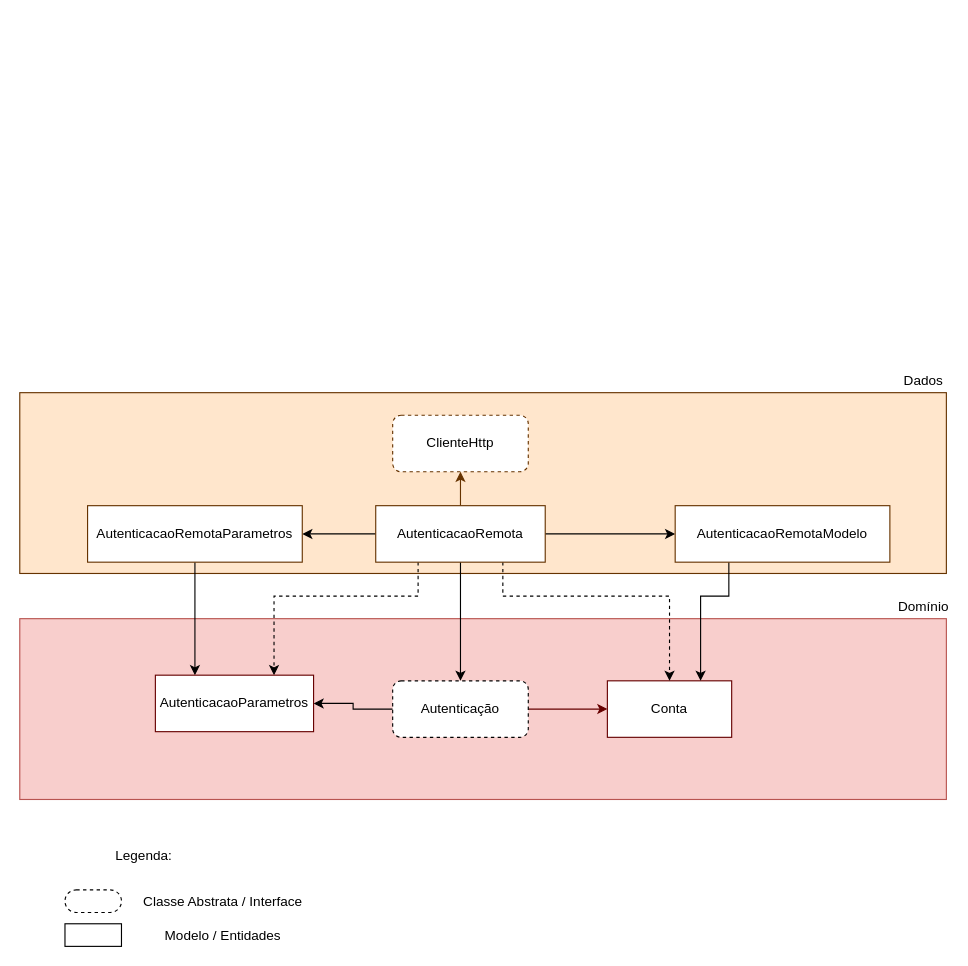
Earlier version of the draw.io diagram requisitos/Questionario - Flutter.drawio (brunopenha/questionario_flutter). Source tidied: cells renumbered, new cells numbered last; positions are measured from the earlier drawing's top-left corner, leaving out a move shared by most shapes. Both pictures are drawn from the tidied source at 113%, with x=0, y=0 at pixel (19, 370).
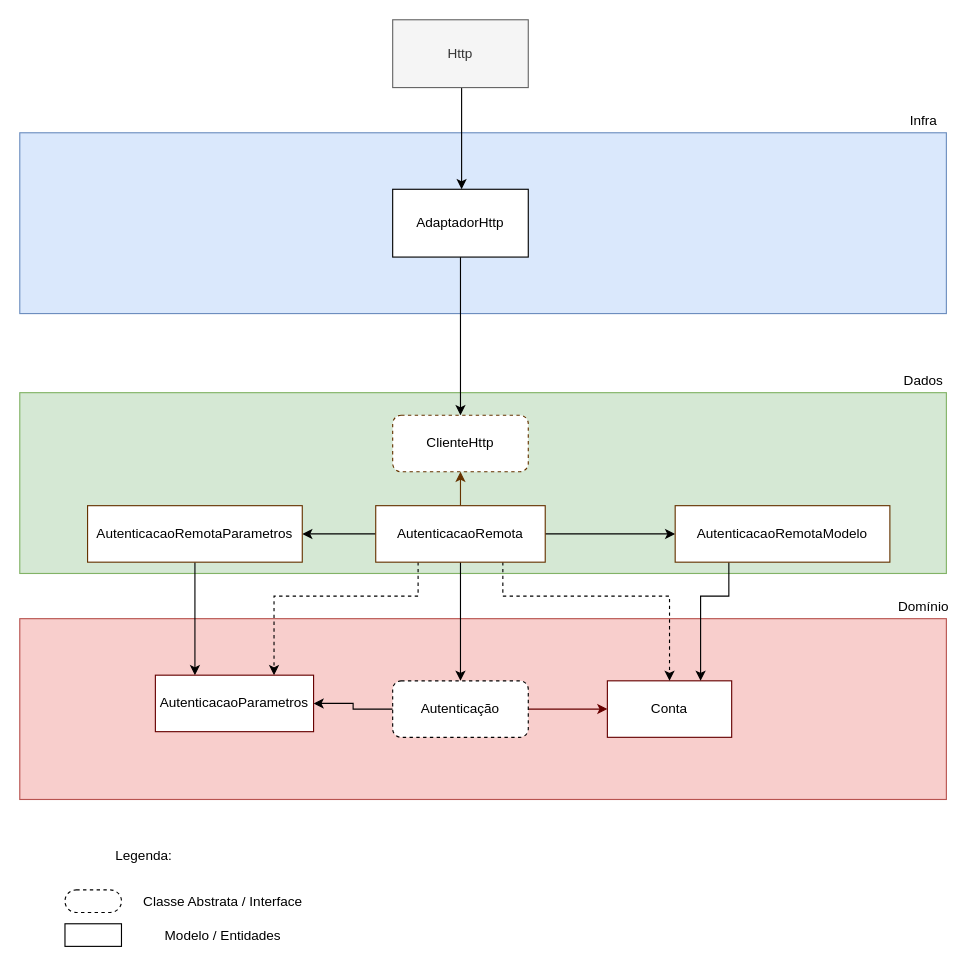
Above is the later version.

The change refers to these unchanged cells:
```xml
<mxCell id="23" style="rounded=1;whiteSpace=wrap;html=1;strokeColor=#663300;dashed=1;fillColor=#FFFFFF;" parent="1" vertex="1">
  <mxGeometry x="330" y="40" width="120" height="50" as="geometry" />
</mxCell>
```

Change to the diagram source:
```diff
@@
-    <mxCell id="13" style="rounded=0;whiteSpace=wrap;html=1;fillColor=#FFE6CC;strokeColor=#663300;" parent="1" vertex="1">
+    <mxCell id="13" style="rounded=0;whiteSpace=wrap;html=1;fillColor=#d5e8d4;strokeColor=#82b366;" parent="1" vertex="1">
       <mxGeometry y="20" width="820" height="160" as="geometry" />
     </mxCell>
@@
+    <mxCell id="30" style="rounded=0;whiteSpace=wrap;html=1;fillColor=#dae8fc;strokeColor=#6c8ebf;" parent="1" vertex="1">
+      <mxGeometry y="-210" width="820" height="160" as="geometry" />
+    </mxCell>
+    <mxCell id="31" style="edgeStyle=orthogonalEdgeStyle;rounded=0;jettySize=auto;html=1;entryX=0.5;entryY=0;entryDx=0;entryDy=0;" parent="1" edge="1" source="32" target="23">
+      <mxGeometry relative="1" as="geometry" />
+    </mxCell>
+    <mxCell id="32" value="AdaptadorHttp" style="rounded=0;whiteSpace=wrap;html=1;" parent="1" vertex="1">
+      <mxGeometry x="330" y="-160" width="120" height="60" as="geometry" />
+    </mxCell>
+    <mxCell id="33" value="Infra" style="text;html=1;strokeColor=none;fillColor=none;align=center;verticalAlign=middle;whiteSpace=wrap;rounded=0;" parent="1" vertex="1">
+      <mxGeometry x="780" y="-230" width="40" height="20" as="geometry" />
+    </mxCell>
+    <mxCell id="34" style="edgeStyle=orthogonalEdgeStyle;rounded=0;orthogonalLoop=1;jettySize=auto;html=1;" parent="1" edge="1">
+      <mxGeometry relative="1" as="geometry">
+        <mxPoint x="391" y="-250" as="sourcePoint" />
+        <mxPoint x="391" y="-160" as="targetPoint" />
+        <Array as="points">
+          <mxPoint x="391" y="-220" />
+          <mxPoint x="391" y="-220" />
+        </Array>
+      </mxGeometry>
+    </mxCell>
+    <mxCell id="35" value="Http" style="whiteSpace=wrap;html=1;fillColor=#f5f5f5;strokeColor=#666666;fontColor=#333333;" parent="1" vertex="1">
+      <mxGeometry x="330" y="-310" width="120" height="60" as="geometry" />
+    </mxCell>
```
